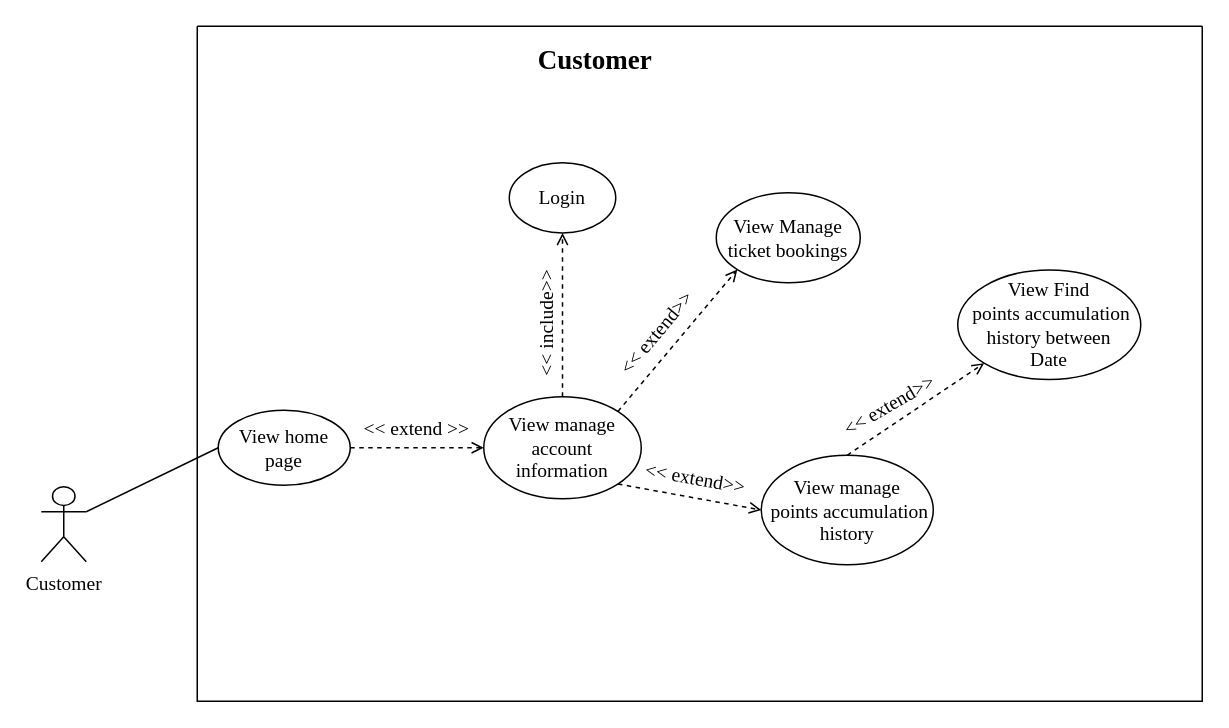
Earlier version of the draw.io diagram page "user_case" (4 of 5) of Module_6/[A0422I1]_DetailDesign_TriLHH/[A0422I1]_DetailDesign_TriLHH.drawio (LHHT-DISCOVERY/Code-Gym-A0422I1-HuuTri). Source tidied: cells renumbered, new cells numbered last; positions are measured from the earlier drawing's top-left corner, leaving out a move shared by most shapes. Both pictures are drawn from the tidied source at 150%, with x=0, y=0 at pixel (40, 26).
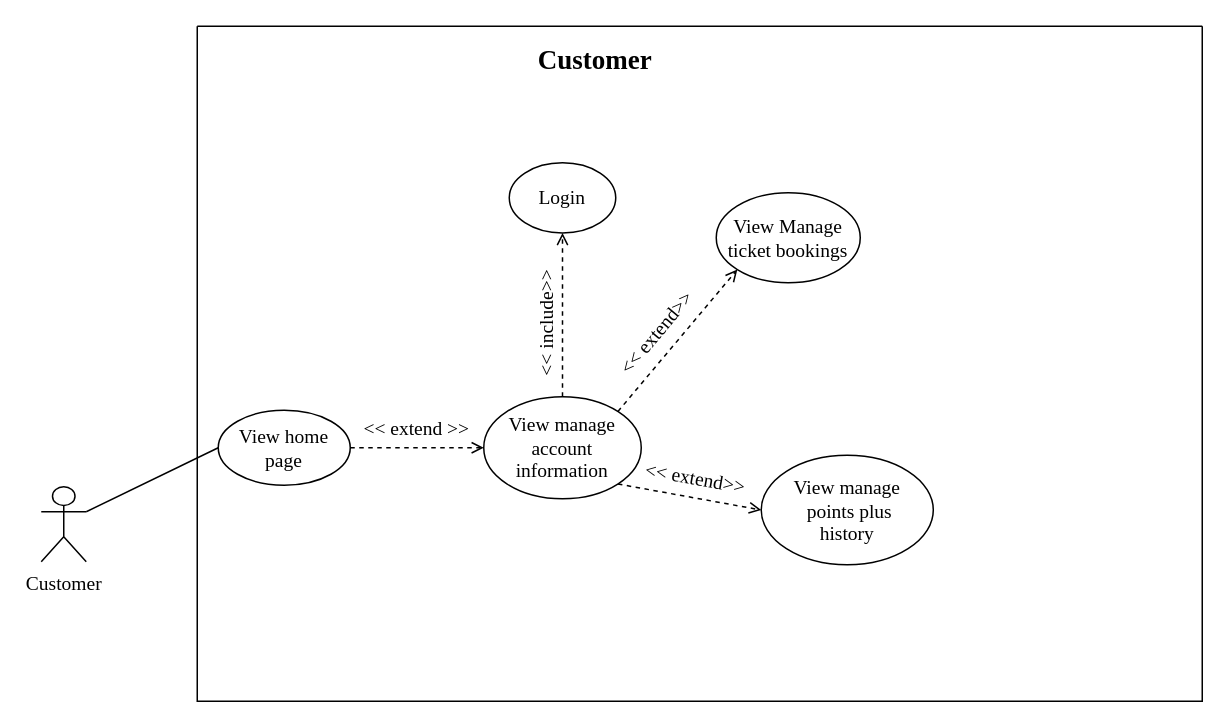
After the change.

The change refers to these unchanged cells:
```xml
<mxCell id="4" style="swimlane;startSize=0;fontFamily=Times New Roman;fontSize=13;fontColor=#000000;" parent="1" vertex="1">
  <mxGeometry x="104" width="670" height="450" as="geometry" />
</mxCell>
```

The edit, as a diff of the source:
```diff
@@
-    <mxCell id="14" value="View manage&lt;br&gt;&amp;nbsp;points accumulation history" style="ellipse;whiteSpace=wrap;html=1;rotation=0;fontFamily=Times New Roman;fontSize=13;fontColor=#000000;" parent="4" vertex="1">
+    <mxCell id="14" value="View manage&lt;br&gt;&amp;nbsp;points plus &lt;br&gt;history" style="ellipse;whiteSpace=wrap;html=1;rotation=0;fontFamily=Times New Roman;fontSize=13;fontColor=#000000;" parent="4" vertex="1">
       <mxGeometry x="376" y="286" width="114.7" height="73" as="geometry" />
     </mxCell>
@@
-    <mxCell id="18" style="endArrow=open;html=1;rounded=0;exitX=0.5;exitY=0;exitDx=0;exitDy=0;dashed=1;fontFamily=Times New Roman;fontColor=#000000;fontSize=13;endFill=0;entryX=0;entryY=1;entryDx=0;entryDy=0;" parent="4" edge="1" source="14" target="21">
-      <mxGeometry relative="1" as="geometry" />
-    </mxCell>
-    <mxCell id="19" value="&amp;lt;&amp;lt; extend&amp;gt;&amp;gt;" style="text;html=1;align=center;verticalAlign=middle;rotation=-30;fontFamily=Times New Roman;fontSize=13;fontColor=#000000;" parent="4" vertex="1">
-      <mxGeometry x="418" y="239" width="85" height="28" as="geometry" />
-    </mxCell>
@@
-    <mxCell id="21" value="View Find&lt;br&gt;&amp;nbsp;points accumulation history between&lt;br&gt;Date" style="ellipse;whiteSpace=wrap;html=1;rotation=0;fontFamily=Times New Roman;fontSize=13;fontColor=#000000;" parent="4" vertex="1">
-      <mxGeometry x="507" y="162.5" width="122" height="73" as="geometry" />
-    </mxCell>
```
